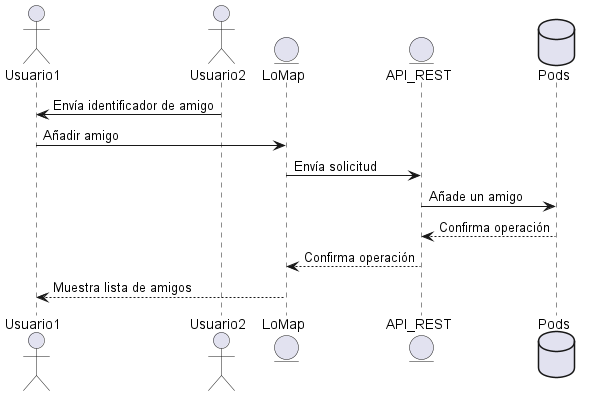
The PlantUML diagram images/Sequence diagram8.png in Arquisoft/lomap_es3c, before a commit.
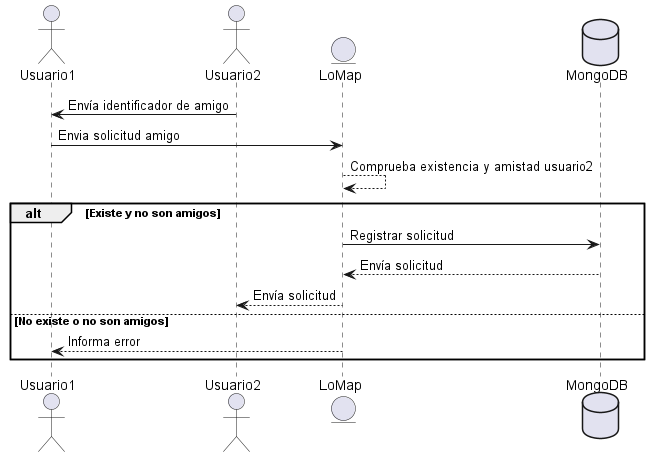
After the change.

The edit, as a diff of the source:
```diff
@@ -3,12 +3,14 @@
 actor Usuario2
 Usuario2 -> Usuario1: Envía identificador de amigo
 entity LoMap
-Usuario1->LoMap: Añadir amigo
-entity API_REST
-LoMap-> API_REST: Envía solicitud
-database Pod as "Pods"
-API_REST-> Pod: Añade un amigo
-Pod--> API_REST: Confirma operación
-API_REST--> LoMap: Confirma operación
-LoMap--> Usuario1: Muestra lista de amigos
+database MongoDB as "MongoDB"
+Usuario1->LoMap: Envia solicitud amigo
+LoMap-->LoMap: Comprueba existencia y amistad usuario2
+alt Existe y no son amigos
+LoMap->MongoDB: Registrar solicitud
+MongoDB-->LoMap: Envía solicitud
+LoMap--> Usuario2: Envía solicitud
+else No existe o no son amigos
+LoMap--> Usuario1: Informa error
+end
 @enduml
```
